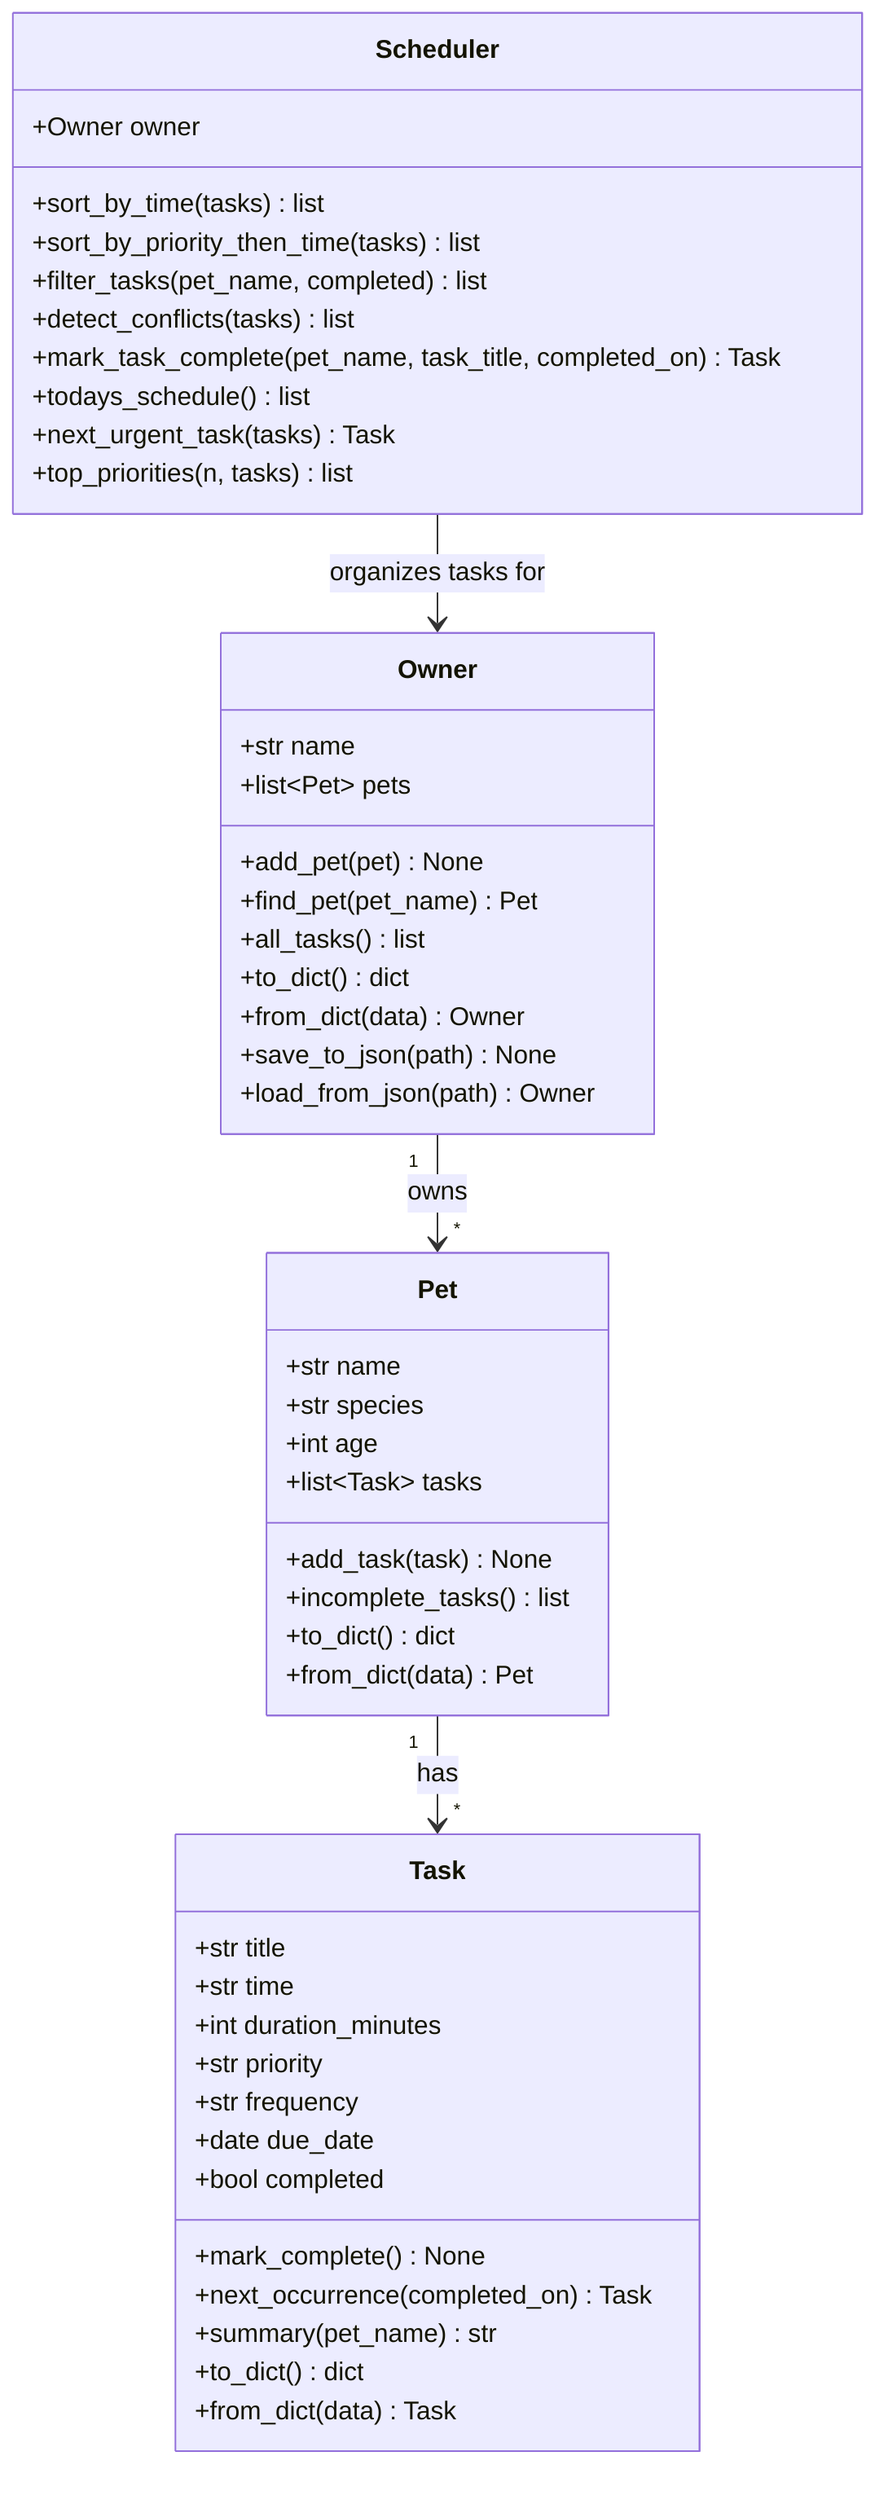
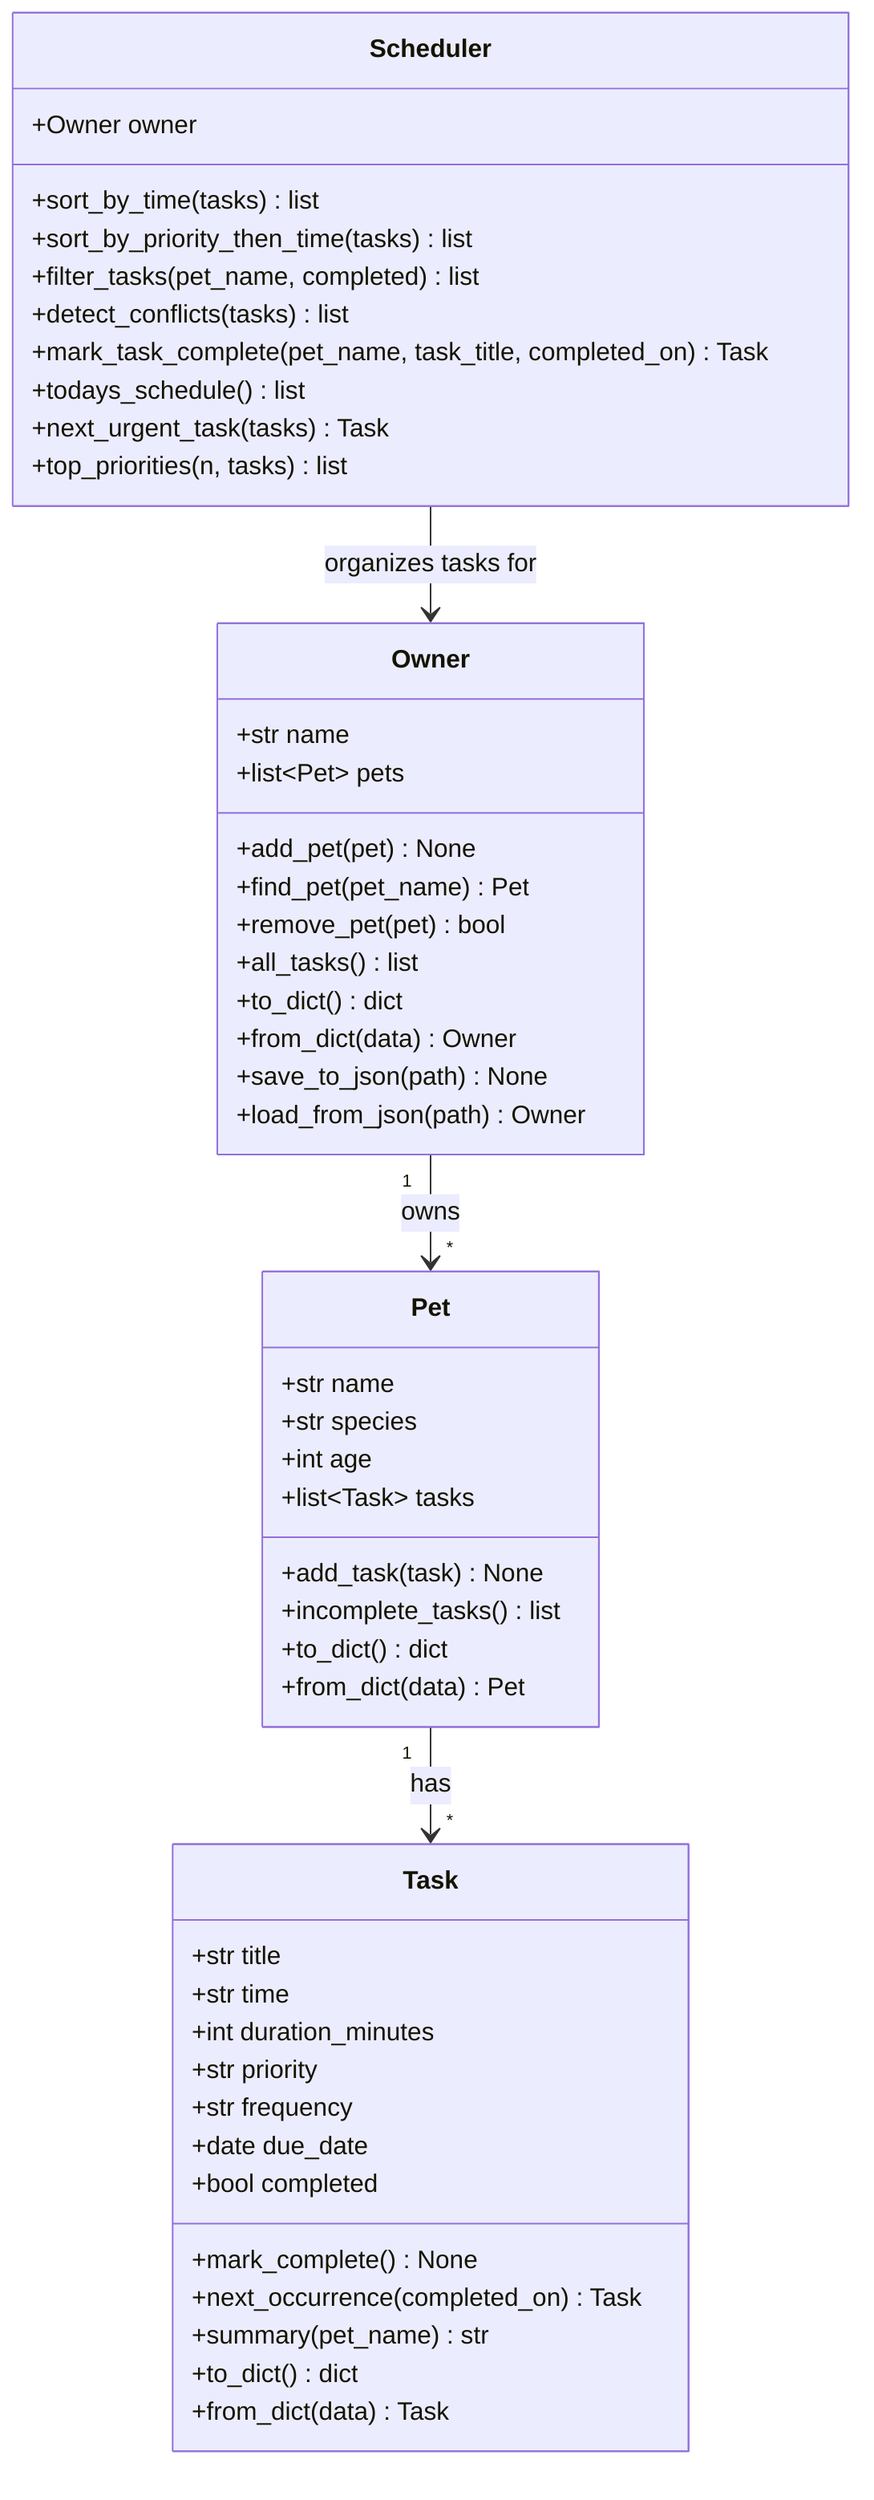
classDiagram
    class Owner {
        +str name
        +list~Pet~ pets
        +add_pet(pet) None
        +find_pet(pet_name) Pet
+         +remove_pet(pet) bool
        +all_tasks() list
        +to_dict() dict
        +from_dict(data) Owner
        +save_to_json(path) None
        +load_from_json(path) Owner
    }

    class Pet {
        +str name
        +str species
        +int age
        +list~Task~ tasks
        +add_task(task) None
        +incomplete_tasks() list
        +to_dict() dict
        +from_dict(data) Pet
    }

    class Task {
        +str title
        +str time
        +int duration_minutes
        +str priority
        +str frequency
        +date due_date
        +bool completed
        +mark_complete() None
        +next_occurrence(completed_on) Task
        +summary(pet_name) str
        +to_dict() dict
        +from_dict(data) Task
    }

    class Scheduler {
        +Owner owner
        +sort_by_time(tasks) list
        +sort_by_priority_then_time(tasks) list
        +filter_tasks(pet_name, completed) list
        +detect_conflicts(tasks) list
        +mark_task_complete(pet_name, task_title, completed_on) Task
        +todays_schedule() list
        +next_urgent_task(tasks) Task
        +top_priorities(n, tasks) list
    }

    Owner "1" --> "*" Pet : owns
    Pet "1" --> "*" Task : has
    Scheduler --> Owner : organizes tasks for
